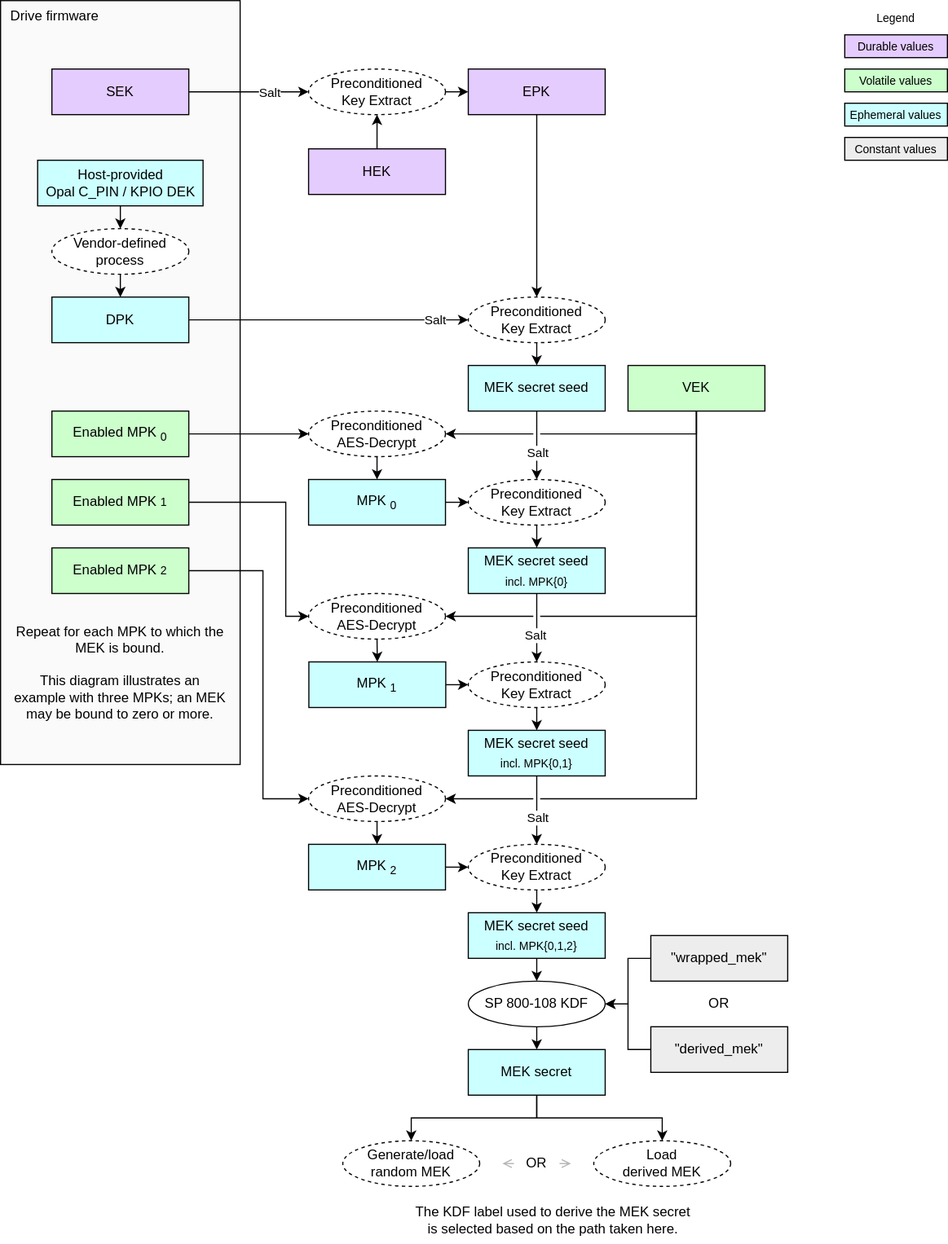
chipsalliance/Caliptra keeps this draw.io diagram as doc/ocp_lock/diagrams/mek_secret_derivation.drawio.svg. Above is the earlier version. Source tidied: cells renumbered, new cells last; positions are measured from the earlier drawing's top-left corner, leaving out a move shared by most shapes.
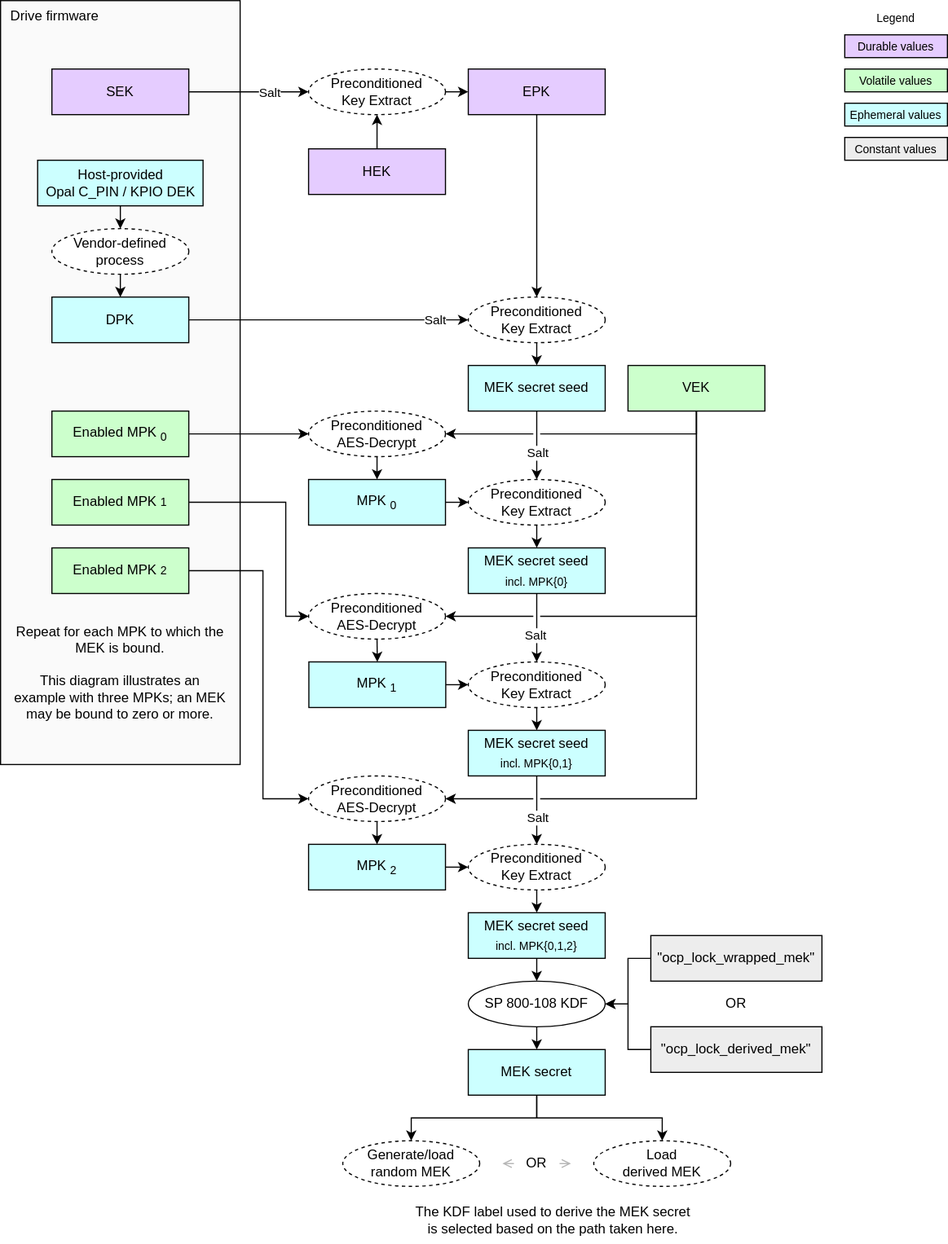
The same file after the commit.

The edit, as a diff of the source:
```diff
@@ -266,17 +266,17 @@
     <mxCell id="76" style="edgeStyle=orthogonalEdgeStyle;html=1;exitX=0;exitY=0.5;exitDx=0;exitDy=0;entryX=1;entryY=0.5;entryDx=0;entryDy=0;rounded=0;" parent="1" edge="1" source="77" target="30">
       <mxGeometry relative="1" as="geometry" />
     </mxCell>
-    <mxCell id="77" value="&lt;div&gt;&lt;font color=&quot;#000000&quot;&gt;&quot;wrapped_mek&quot;&lt;/font&gt;&lt;/div&gt;" style="rounded=0;whiteSpace=wrap;html=1;align=center;verticalAlign=middle;shadow=0;glass=0;spacingLeft=0;spacingBottom=0;spacingTop=0;fillColor=#EDEDED;" parent="1" vertex="1">
-      <mxGeometry x="570" y="820" width="120" height="40" as="geometry" />
+    <mxCell id="77" value="&lt;div&gt;&lt;font color=&quot;#000000&quot;&gt;&quot;ocp_lock_wrapped_mek&quot;&lt;/font&gt;&lt;/div&gt;" style="rounded=0;whiteSpace=wrap;html=1;align=center;verticalAlign=middle;shadow=0;glass=0;spacingLeft=0;spacingBottom=0;spacingTop=0;fillColor=#EDEDED;" parent="1" vertex="1">
+      <mxGeometry x="570" y="820" width="150" height="40" as="geometry" />
     </mxCell>
     <mxCell id="78" style="edgeStyle=orthogonalEdgeStyle;html=1;exitX=0;exitY=0.5;exitDx=0;exitDy=0;entryX=1;entryY=0.5;entryDx=0;entryDy=0;rounded=0;" parent="1" edge="1" source="79" target="30">
       <mxGeometry relative="1" as="geometry" />
     </mxCell>
-    <mxCell id="79" value="&lt;div&gt;&lt;font color=&quot;#000000&quot;&gt;&quot;derived_mek&quot;&lt;/font&gt;&lt;/div&gt;" style="rounded=0;whiteSpace=wrap;html=1;align=center;verticalAlign=middle;shadow=0;glass=0;spacingLeft=0;spacingBottom=0;spacingTop=0;fillColor=#EDEDED;" parent="1" vertex="1">
-      <mxGeometry x="570" y="900" width="120" height="40" as="geometry" />
+    <mxCell id="79" value="&lt;div&gt;&lt;font color=&quot;#000000&quot;&gt;&quot;ocp_lock_derived_mek&quot;&lt;/font&gt;&lt;/div&gt;" style="rounded=0;whiteSpace=wrap;html=1;align=center;verticalAlign=middle;shadow=0;glass=0;spacingLeft=0;spacingBottom=0;spacingTop=0;fillColor=#EDEDED;" parent="1" vertex="1">
+      <mxGeometry x="570" y="900" width="150" height="40" as="geometry" />
     </mxCell>
     <mxCell id="80" value="OR" style="text;strokeColor=none;align=center;fillColor=none;html=1;verticalAlign=middle;whiteSpace=wrap;rounded=0;" parent="1" vertex="1">
-      <mxGeometry x="610" y="865" width="40" height="30" as="geometry" />
+      <mxGeometry x="625" y="865" width="40" height="30" as="geometry" />
     </mxCell>
     <mxCell id="81" value="&lt;div&gt;&lt;span style=&quot;color: rgb(0, 0, 0);&quot;&gt;The KDF label used to derive the MEK&amp;nbsp;&lt;/span&gt;&lt;span style=&quot;background-color: transparent;&quot;&gt;secret is selected based on the path taken here.&lt;/span&gt;&lt;/div&gt;" style="text;strokeColor=none;align=center;fillColor=none;html=1;verticalAlign=middle;whiteSpace=wrap;rounded=0;" parent="1" vertex="1">
       <mxGeometry x="357.5" y="1050" width="252.5" height="40" as="geometry" />
```
